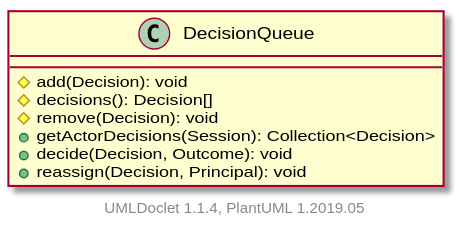
Above: apidocs/2.11.0.M8-SNAPSHOT/org/apache/wiki/workflow/DecisionQueue.svg in apache/jspwiki-site (PlantUML), before the change. The source it was exported from:
```plantuml
@startuml

    class DecisionQueue [[DecisionQueue.html]] {
        #add(Decision): void
        #decisions(): Decision[]
        #remove(Decision): void
        +getActorDecisions(Session): Collection<Decision>
        +decide(Decision, Outcome): void
        +reassign(Decision, Principal): void
    }


    center footer UMLDoclet 1.1.4, PlantUML 1.2019.05
@enduml
```
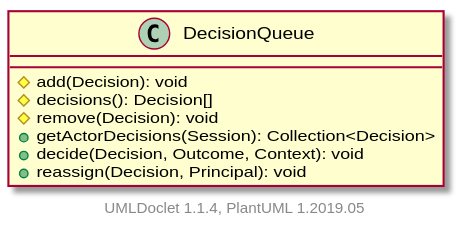
Above is the later version.

What changed in the source:
```diff
@@ -5,7 +5,7 @@
         #decisions(): Decision[]
         #remove(Decision): void
         +getActorDecisions(Session): Collection<Decision>
-        +decide(Decision, Outcome): void
+        +decide(Decision, Outcome, Context): void
         +reassign(Decision, Principal): void
     }
 
```
